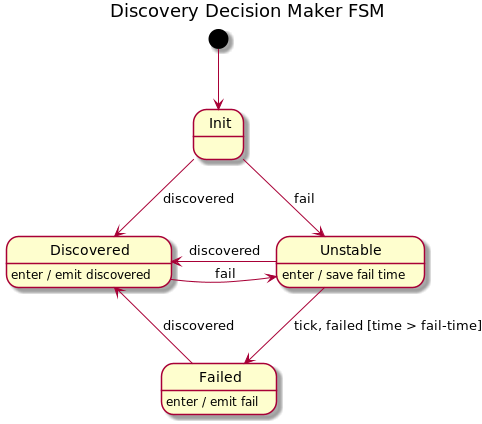
This is docs/design/network-discovery/DiscoveryDecisionMaker-FSM.png from telstra/open-kilda, a PlantUML export, as it was before one commit.
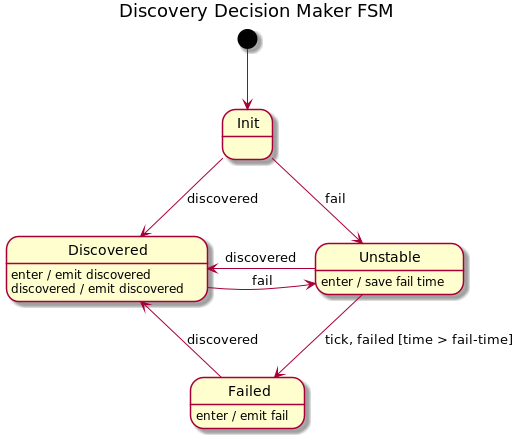
Later version of the same file.

Commit message:
Emit "discovery" from DecisionMaker on each incoming discovery event

In current state(emit discovery only on entry into "discovered" state)
we can't implement ISL-move without port(s)-down.

The edit, as a diff of the source:
```diff
@@ -10,13 +10,11 @@
 Unstable -d-> Failed : tick, failed [time > fail-time]
 Unstable -> Discovered : discovered
 
-
 Failed : enter / emit fail
 Failed -> Discovered : discovered
 
-
 Discovered -> Unstable : fail
 Discovered : enter / emit discovered
-
+Discovered : discovered / emit discovered
 
 @enduml
```
